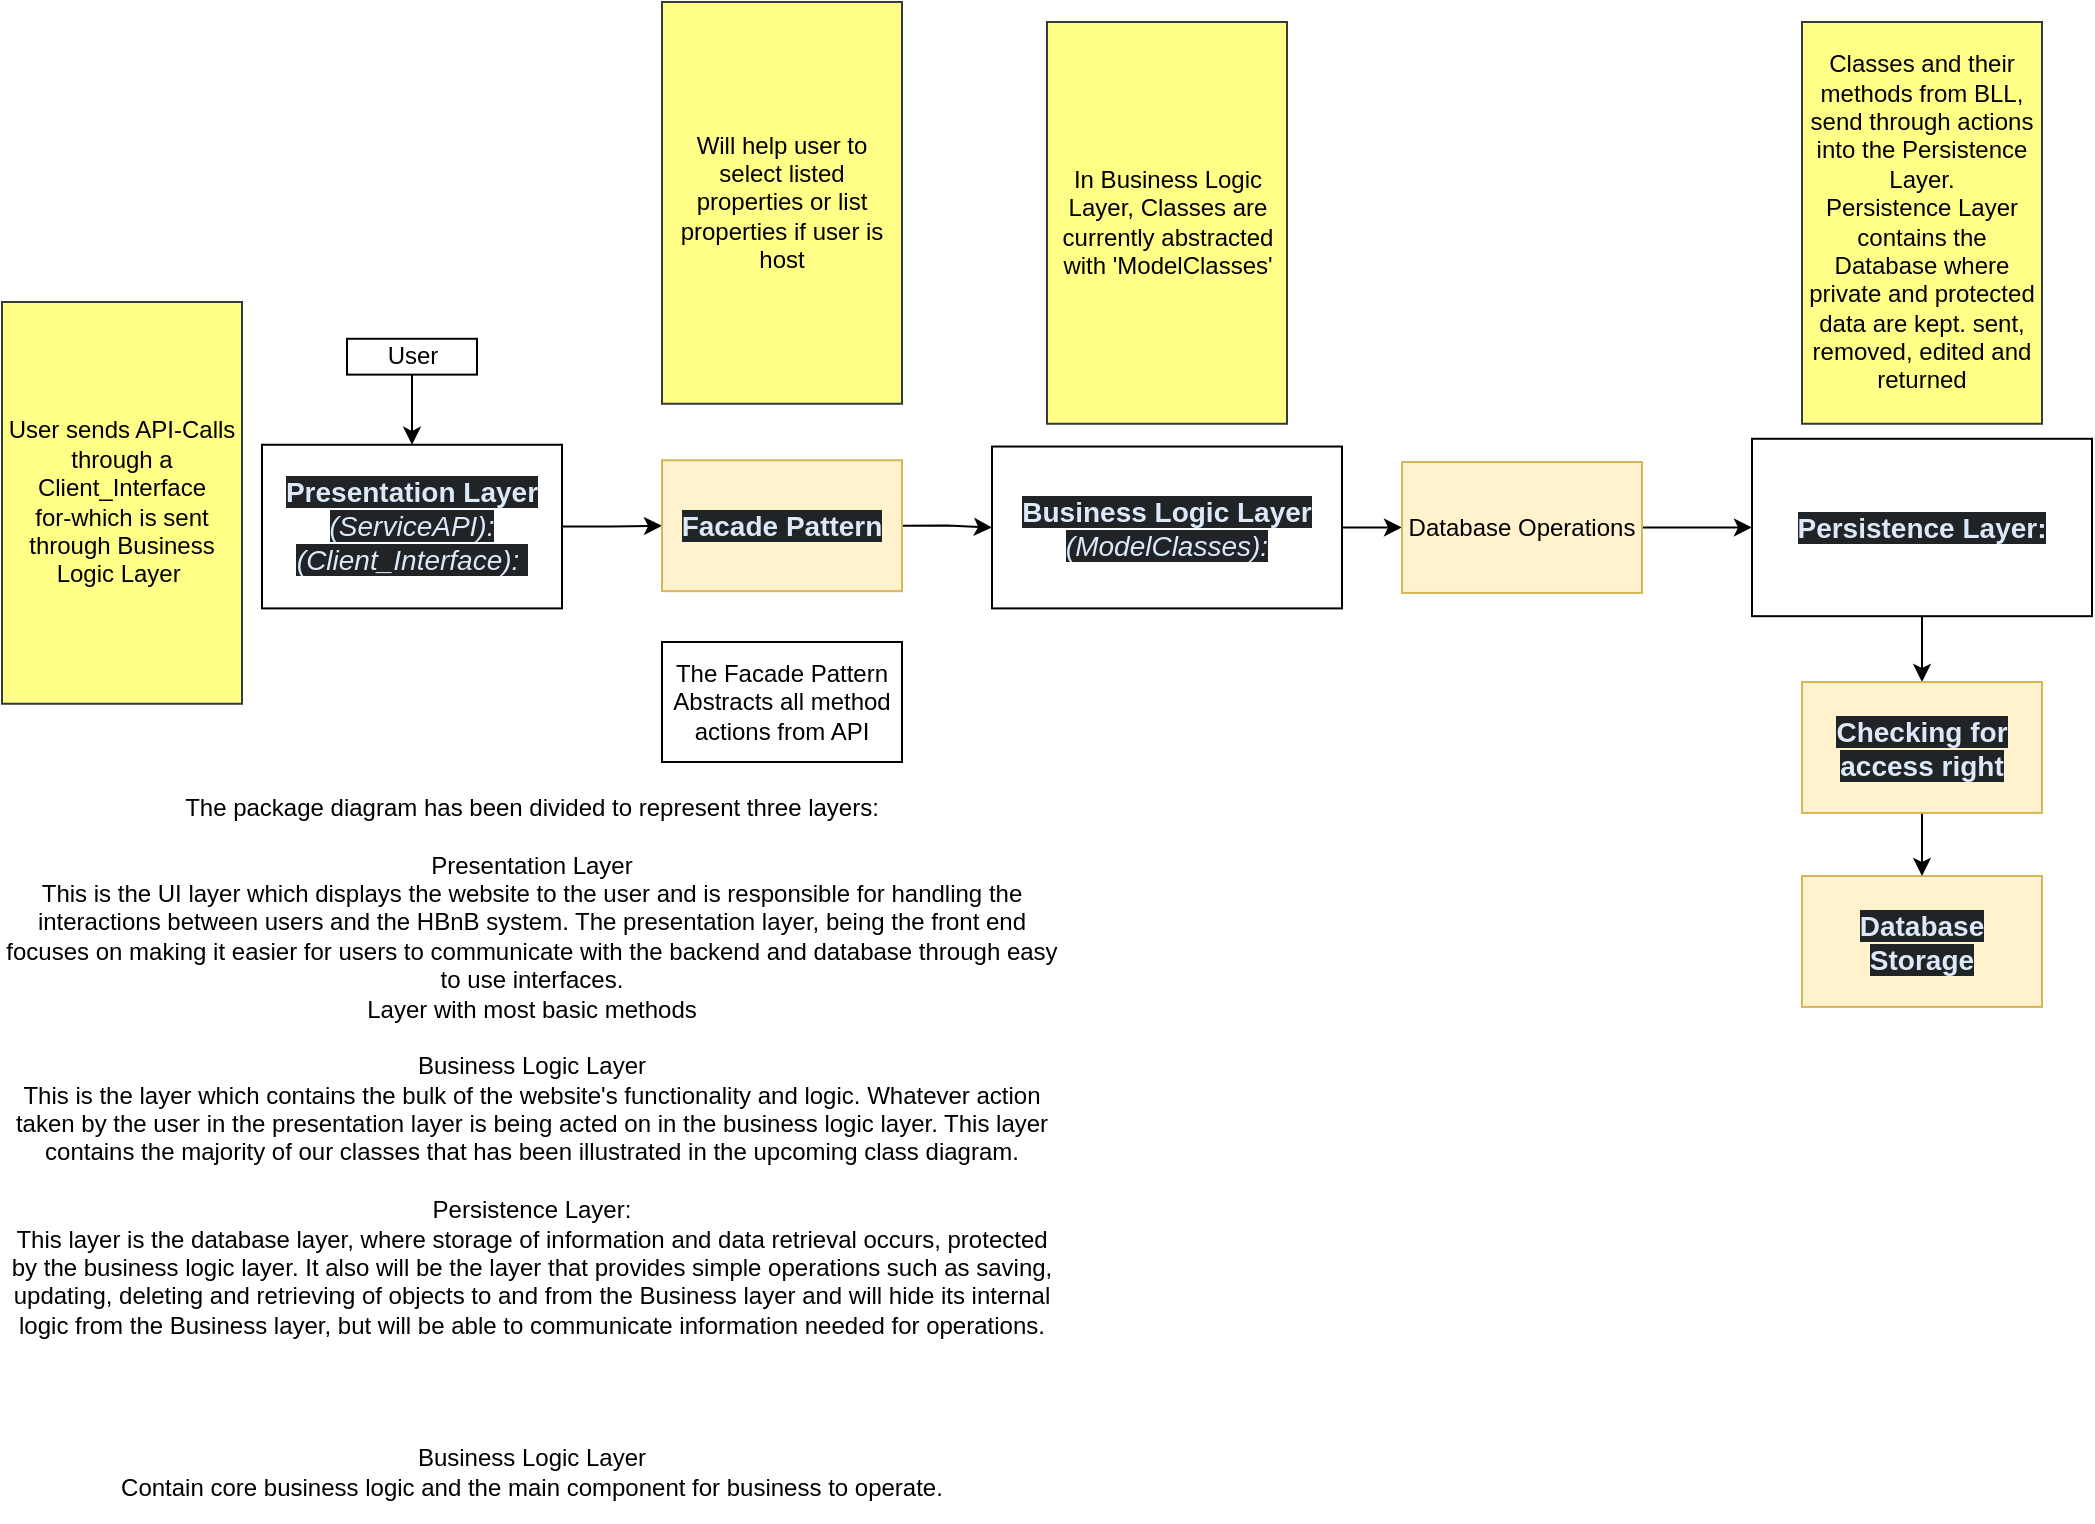
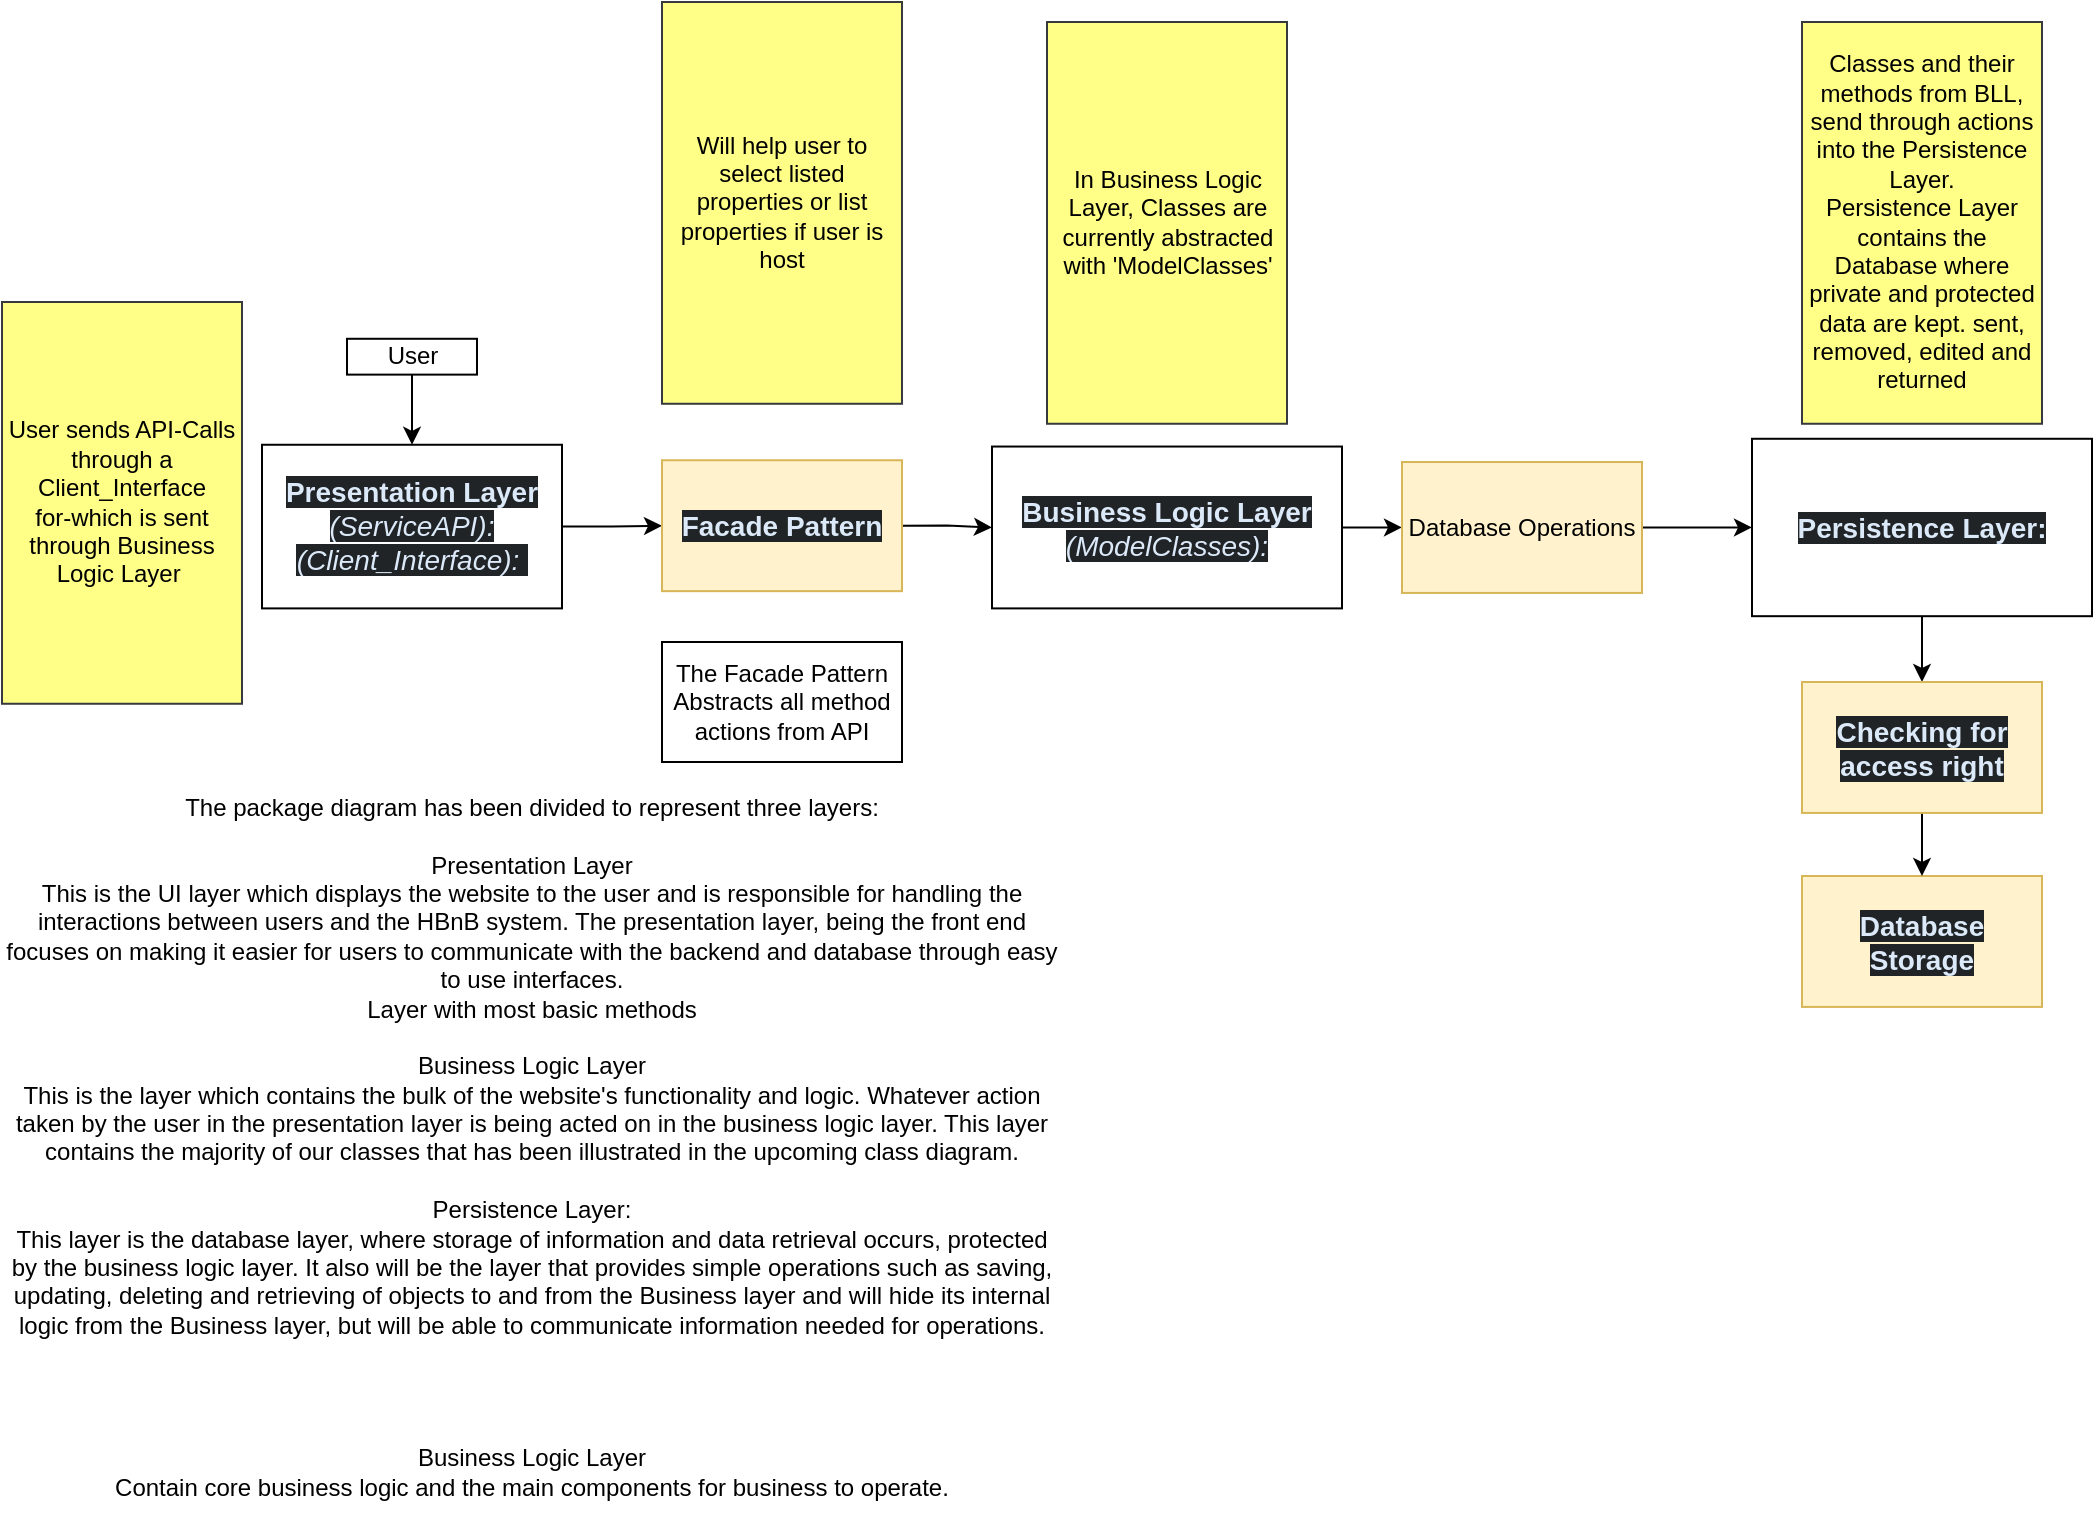
<mxfile host="app.diagrams.net">
  <diagram name="Page-1" id="2KrW7VEhyqmw7Nx4Ttr-">
-     <mxGraphModel dx="599" dy="767" grid="1" gridSize="10" guides="1" tooltips="1" connect="1" arrows="1" fold="1" page="1" pageScale="1" pageWidth="850" pageHeight="1100" math="0" shadow="0">
+     <mxGraphModel dx="1134" dy="780" grid="1" gridSize="10" guides="1" tooltips="1" connect="1" arrows="1" fold="1" page="1" pageScale="1" pageWidth="850" pageHeight="1100" math="0" shadow="0">
      <root>
        <mxCell id="0" />
        <mxCell id="1" parent="0" />
        <mxCell id="vZHe2jEZJALmbnLdjFB--106" edge="1" parent="1" source="vZHe2jEZJALmbnLdjFB--105" style="edgeStyle=orthogonalEdgeStyle;rounded=0;orthogonalLoop=1;jettySize=auto;html=1;entryX=0.5;entryY=0;entryDx=0;entryDy=0;exitX=0.5;exitY=1;exitDx=0;exitDy=0;" target="vZHe2jEZJALmbnLdjFB--6" value="">
          <mxGeometry relative="1" as="geometry">
            <mxPoint x="360" y="250" as="sourcePoint" />
          </mxGeometry>
        </mxCell>
        <mxCell id="vZHe2jEZJALmbnLdjFB--6" parent="1" style="rounded=0;whiteSpace=wrap;html=1;" value="&lt;strong style=&quot;box-sizing: border-box; font-weight: bold; scrollbar-color: rgb(95, 99, 104) rgb(49, 54, 60); color: rgb(220, 233, 249); font-family: aktiv-grotesk, sans-serif; font-size: 14px; text-align: start; background-color: rgb(32, 36, 38);&quot;&gt;Presentation Layer &lt;/strong&gt;&lt;span style=&quot;box-sizing: border-box; scrollbar-color: rgb(95, 99, 104) rgb(49, 54, 60); color: rgb(220, 233, 249); font-family: aktiv-grotesk, sans-serif; font-size: 14px; text-align: start; background-color: rgb(32, 36, 38);&quot;&gt;&lt;i&gt;(ServiceAPI):&lt;/i&gt;&lt;/span&gt;&lt;div&gt;&lt;span style=&quot;color: rgb(220, 233, 249); font-family: aktiv-grotesk, sans-serif; font-size: 14px; text-align: start; background-color: rgb(32, 36, 38);&quot;&gt;&lt;i&gt;(Client_Interface):&amp;nbsp;&lt;/i&gt;&lt;/span&gt;&lt;/div&gt;" vertex="1">
          <mxGeometry height="81.82" width="150" x="400" y="301.38" as="geometry" />
        </mxCell>
        <mxCell id="vZHe2jEZJALmbnLdjFB--8" edge="1" parent="1" source="vZHe2jEZJALmbnLdjFB--10" style="edgeStyle=orthogonalEdgeStyle;rounded=0;orthogonalLoop=1;jettySize=auto;html=1;exitX=1;exitY=0.5;exitDx=0;exitDy=0;entryX=0;entryY=0.5;entryDx=0;entryDy=0;" target="vZHe2jEZJALmbnLdjFB--39">
          <mxGeometry relative="1" as="geometry" />
        </mxCell>
        <mxCell id="vZHe2jEZJALmbnLdjFB--10" parent="1" style="rounded=0;whiteSpace=wrap;html=1;" value="&lt;span style=&quot;box-sizing: border-box; scrollbar-color: rgb(95, 99, 104) rgb(49, 54, 60); color: rgb(220, 233, 249); font-family: aktiv-grotesk, sans-serif; font-size: 14px; text-align: start; background-color: rgb(32, 36, 38);&quot;&gt;&lt;b&gt;Business Logic Layer &lt;/b&gt;&lt;i style=&quot;&quot;&gt;(ModelClasses):&lt;/i&gt;&lt;/span&gt;" vertex="1">
          <mxGeometry height="80.93" width="175" x="765" y="302.27" as="geometry" />
        </mxCell>
        <mxCell id="vZHe2jEZJALmbnLdjFB--11" edge="1" parent="1" source="vZHe2jEZJALmbnLdjFB--12" style="edgeStyle=orthogonalEdgeStyle;rounded=0;orthogonalLoop=1;jettySize=auto;html=1;exitX=0.5;exitY=1;exitDx=0;exitDy=0;entryX=0.5;entryY=0;entryDx=0;entryDy=0;" target="vZHe2jEZJALmbnLdjFB--102">
          <mxGeometry relative="1" as="geometry" />
        </mxCell>
        <mxCell id="vZHe2jEZJALmbnLdjFB--12" parent="1" style="rounded=0;whiteSpace=wrap;html=1;" value="&lt;strong style=&quot;box-sizing: border-box; font-weight: bold; scrollbar-color: rgb(95, 99, 104) rgb(49, 54, 60); color: rgb(220, 233, 249); font-family: aktiv-grotesk, sans-serif; font-size: 14px; text-align: start; background-color: rgb(32, 36, 38);&quot;&gt;Persistence Layer:&lt;/strong&gt;" vertex="1">
          <mxGeometry height="88.7" width="170" x="1145" y="298.39" as="geometry" />
        </mxCell>
        <mxCell id="vZHe2jEZJALmbnLdjFB--29" parent="1" style="rounded=0;whiteSpace=wrap;html=1;align=center;fillColor=#fff2cc;strokeColor=#d6b656;" value="&lt;div style=&quot;&quot;&gt;&lt;font color=&quot;#dce9f9&quot; face=&quot;aktiv-grotesk, sans-serif&quot;&gt;&lt;span style=&quot;font-size: 14px; background-color: rgb(32, 36, 38);&quot;&gt;&lt;b&gt;Database&lt;br&gt;Storage&lt;/b&gt;&lt;/span&gt;&lt;/font&gt;&lt;/div&gt;" vertex="1">
          <mxGeometry height="65.46" width="120" x="1170" y="517" as="geometry" />
        </mxCell>
        <mxCell id="vZHe2jEZJALmbnLdjFB--35" edge="1" parent="1" source="vZHe2jEZJALmbnLdjFB--37" style="edgeStyle=orthogonalEdgeStyle;rounded=0;orthogonalLoop=1;jettySize=auto;html=1;exitX=1;exitY=0.5;exitDx=0;exitDy=0;" target="vZHe2jEZJALmbnLdjFB--10">
          <mxGeometry relative="1" as="geometry">
            <mxPoint x="750" y="339.5700000000001" as="sourcePoint" />
          </mxGeometry>
        </mxCell>
        <mxCell id="vZHe2jEZJALmbnLdjFB--36" edge="1" parent="1" source="vZHe2jEZJALmbnLdjFB--6" style="edgeStyle=orthogonalEdgeStyle;rounded=0;orthogonalLoop=1;jettySize=auto;html=1;exitX=1;exitY=0.5;exitDx=0;exitDy=0;entryX=0;entryY=0.5;entryDx=0;entryDy=0;" target="vZHe2jEZJALmbnLdjFB--37">
          <mxGeometry relative="1" as="geometry">
            <mxPoint x="575" y="430" as="targetPoint" />
          </mxGeometry>
        </mxCell>
        <mxCell id="vZHe2jEZJALmbnLdjFB--37" parent="1" style="rounded=0;whiteSpace=wrap;html=1;align=center;fillColor=#fff2cc;strokeColor=#d6b656;" value="&lt;div style=&quot;&quot;&gt;&lt;font color=&quot;#dce9f9&quot; face=&quot;aktiv-grotesk, sans-serif&quot;&gt;&lt;span style=&quot;font-size: 14px; background-color: rgb(32, 36, 38);&quot;&gt;&lt;b&gt;Facade Pattern&lt;/b&gt;&lt;/span&gt;&lt;/font&gt;&lt;/div&gt;" vertex="1">
          <mxGeometry height="65.46" width="120" x="600" y="309.11999999999995" as="geometry" />
        </mxCell>
        <mxCell id="vZHe2jEZJALmbnLdjFB--38" edge="1" parent="1" source="vZHe2jEZJALmbnLdjFB--39" style="edgeStyle=orthogonalEdgeStyle;rounded=0;orthogonalLoop=1;jettySize=auto;html=1;exitX=1;exitY=0.5;exitDx=0;exitDy=0;entryX=0;entryY=0.5;entryDx=0;entryDy=0;" target="vZHe2jEZJALmbnLdjFB--12">
          <mxGeometry relative="1" as="geometry" />
        </mxCell>
        <mxCell id="vZHe2jEZJALmbnLdjFB--39" parent="1" style="rounded=0;whiteSpace=wrap;html=1;align=center;fillColor=#fff2cc;strokeColor=#d6b656;" value="Database Operations" vertex="1">
          <mxGeometry height="65.46" width="120" x="970" y="310.01" as="geometry" />
        </mxCell>
        <mxCell id="vZHe2jEZJALmbnLdjFB--101" edge="1" parent="1" source="vZHe2jEZJALmbnLdjFB--102" style="edgeStyle=orthogonalEdgeStyle;rounded=0;orthogonalLoop=1;jettySize=auto;html=1;exitX=0.5;exitY=1;exitDx=0;exitDy=0;entryX=0.5;entryY=0;entryDx=0;entryDy=0;" target="vZHe2jEZJALmbnLdjFB--29">
          <mxGeometry relative="1" as="geometry">
            <mxPoint x="1460" y="530" as="targetPoint" />
          </mxGeometry>
        </mxCell>
        <mxCell id="vZHe2jEZJALmbnLdjFB--102" parent="1" style="rounded=0;whiteSpace=wrap;html=1;align=center;fillColor=#fff2cc;strokeColor=#d6b656;" value="&lt;div style=&quot;&quot;&gt;&lt;font color=&quot;#dce9f9&quot; face=&quot;aktiv-grotesk, sans-serif&quot;&gt;&lt;span style=&quot;font-size: 14px; background-color: rgb(32, 36, 38);&quot;&gt;&lt;b&gt;Checking for access right&lt;/b&gt;&lt;/span&gt;&lt;/font&gt;&lt;/div&gt;" vertex="1">
          <mxGeometry height="65.46" width="120" x="1170" y="420" as="geometry" />
        </mxCell>
        <mxCell id="vZHe2jEZJALmbnLdjFB--105" parent="1" style="whiteSpace=wrap;html=1;rounded=0;" value="User" vertex="1">
          <mxGeometry height="17.92" width="65" x="442.5" y="248.39" as="geometry" />
        </mxCell>
        <mxCell id="WIsYPLuYnzwIEppj4hiX-1" parent="1" style="rounded=0;whiteSpace=wrap;html=1;fillColor=light-dark(#FFFF88,#FFFF63);strokeColor=#36393d;fontColor=light-dark(#000000,#000000);" value="User sends API-Calls through a Client_Interface&lt;br&gt;for-which is sent through Business Logic Layer&amp;nbsp;" vertex="1">
          <mxGeometry height="200.88" width="120" x="270" y="230" as="geometry" />
        </mxCell>
        <mxCell id="WIsYPLuYnzwIEppj4hiX-2" parent="1" style="rounded=0;whiteSpace=wrap;html=1;fillColor=light-dark(#FFFF88,#FFFF63);strokeColor=#36393d;fontColor=light-dark(#000000,#000000);" value="In Business Logic Layer, Classes are currently abstracted with &#39;ModelClasses&#39;" vertex="1">
          <mxGeometry height="200.88" width="120" x="792.5" y="90" as="geometry" />
        </mxCell>
        <mxCell id="WIsYPLuYnzwIEppj4hiX-3" parent="1" style="rounded=0;whiteSpace=wrap;html=1;fillColor=light-dark(#FFFF88,#FFFF63);strokeColor=#36393d;fontColor=light-dark(#000000,#000000);" value="Classes and their methods from BLL,&lt;br&gt;send through actions into the Persistence Layer.&lt;br&gt;Persistence Layer contains the Database where private and protected data are kept. sent, removed, edited and returned" vertex="1">
          <mxGeometry height="200.88" width="120" x="1170" y="90" as="geometry" />
        </mxCell>
        <mxCell id="WgZE8rlp9okLk8PS5iAP-1" parent="1" style="rounded=0;whiteSpace=wrap;html=1;fillColor=light-dark(#FFFF88,#FFFF63);strokeColor=#36393d;fontColor=light-dark(#000000,#000000);" value="Will help user to select listed properties or list properties if user is host" vertex="1">
          <mxGeometry height="200.88" width="120" x="600" y="80" as="geometry" />
        </mxCell>
        <mxCell id="jcnPVMmyGXToek09mdS7-1" parent="1" style="rounded=0;whiteSpace=wrap;html=1;" value="The Facade Pattern Abstracts all method actions from API" vertex="1">
          <mxGeometry height="60" width="120" x="600" y="400" as="geometry" />
        </mxCell>
        <mxCell id="3AgvAKh3npFNZkdtQLno-1" parent="1" style="text;html=1;whiteSpace=wrap;strokeColor=none;fillColor=none;align=center;verticalAlign=middle;rounded=0;" value="The package diagram has been divided to represent three layers:&lt;br&gt;&lt;br&gt;Presentation Layer&lt;div&gt;This is the UI layer which displays the website to the user and is responsible for handling the interactions between users and the HBnB system. The presentation layer, being the front end focuses on making it easier for users to communicate with the backend and database through easy to use interfaces.&lt;br&gt;Layer with most basic methods&lt;br&gt;&lt;br&gt;Business Logic Layer&lt;div&gt;This is the layer which contains the bulk of the website&#39;s functionality and logic. Whatever action taken by the user in the presentation layer is being acted on in the business logic layer. This layer contains the majority of our classes that has been illustrated in the upcoming class diagram.&lt;/div&gt;&lt;div&gt;&lt;br&gt;&lt;/div&gt;&lt;div&gt;Persistence Layer:&lt;/div&gt;&lt;div&gt;This layer is the database layer, where storage of information and data retrieval occurs, protected by the business logic layer. It also will be the layer that provides simple operations such as saving, updating, deleting and retrieving of objects to and from the Business layer and will hide its internal logic from the Business layer, but will be able to communicate information needed for operations.&lt;/div&gt;&lt;/div&gt;" vertex="1">
          <mxGeometry height="303" width="530" x="270" y="460" as="geometry" />
        </mxCell>
-         <mxCell id="W_o3C3PsjH2Ao98SipCb-2" parent="1" style="text;html=1;whiteSpace=wrap;strokeColor=none;fillColor=none;align=center;verticalAlign=middle;rounded=0;" value="Business Logic Layer&lt;div&gt;Contain core business logic and the main component for business to operate.&lt;/div&gt;" vertex="1">
+         <mxCell id="W_o3C3PsjH2Ao98SipCb-2" parent="1" style="text;html=1;whiteSpace=wrap;strokeColor=none;fillColor=none;align=center;verticalAlign=middle;rounded=0;" value="Business Logic Layer&lt;div&gt;Contain core business logic and the main components for business to operate.&lt;/div&gt;" vertex="1">
          <mxGeometry height="50" width="530" x="270" y="790" as="geometry" />
        </mxCell>
      </root>
    </mxGraphModel>
  </diagram>
</mxfile>
